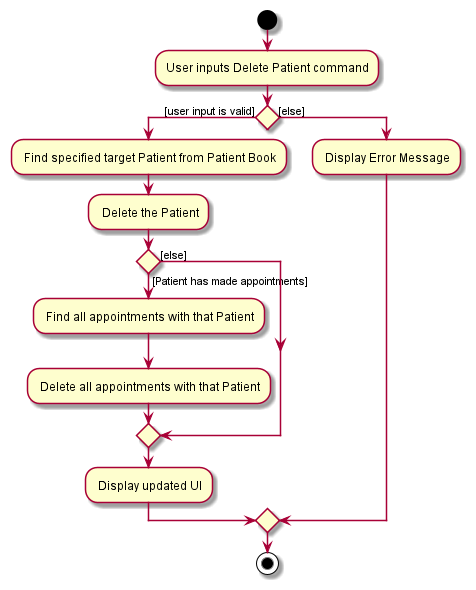
Earlier version of the PlantUML export docs/images/DeletePatientActivityDiagram.png (AY2122S1-CS2103-W14-1/tp). Its diagram source:
```plantuml
@startuml

start
:User inputs Delete Patient command;
if () then ([user input is valid])
: Find specified target Patient from Patient Book;
: Delete the Patient;
if () then ([Patient has made appointments])
: Find all appointments with that Patient;
: Delete all appointments with that Patient;
else ([else])
endif
: Display updated UI;
else ([else])
: Display Error Message;
endif
stop

@enduml
```
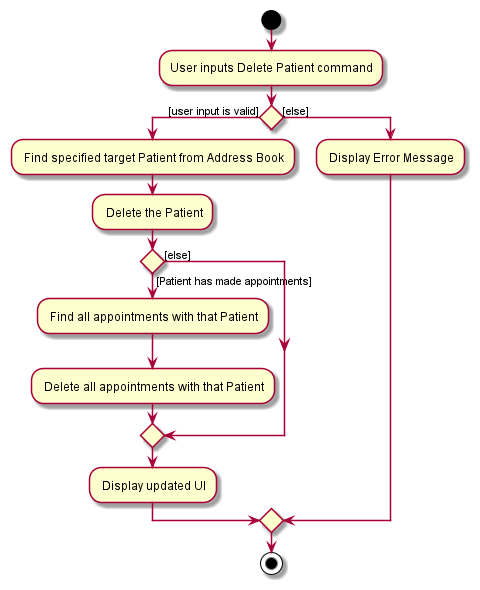
Above is the later version.

Diff of the diagram source:
```diff
@@ -3,7 +3,7 @@
 start
 :User inputs Delete Patient command;
 if () then ([user input is valid])
-: Find specified target Patient from Patient Book;
+: Find specified target Patient from Address Book;
 : Delete the Patient;
 if () then ([Patient has made appointments])
 : Find all appointments with that Patient;
```
